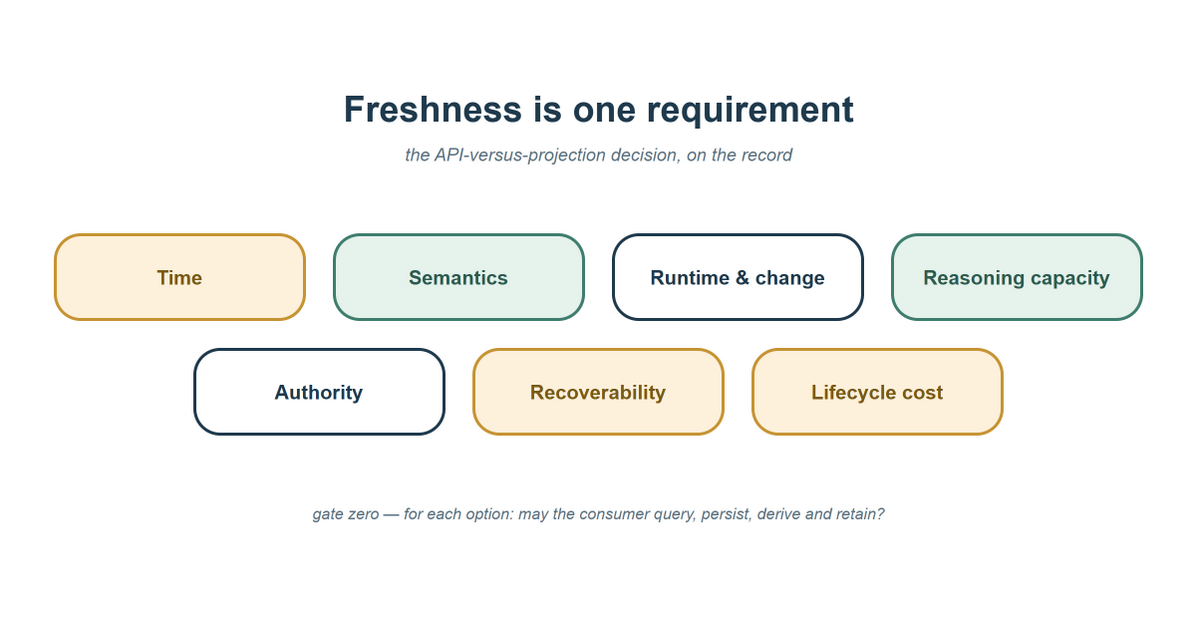
Above: content/posts/freshness-isnt-the-only-axis/social-card.drawio.png in AlexeyEvlampiev/alexeyevlampiev.github.io (draw.io), before the change. Source tidied: cells renumbered, new cells last; positions are measured from the earlier drawing's top-left corner, leaving out a move shared by most shapes.
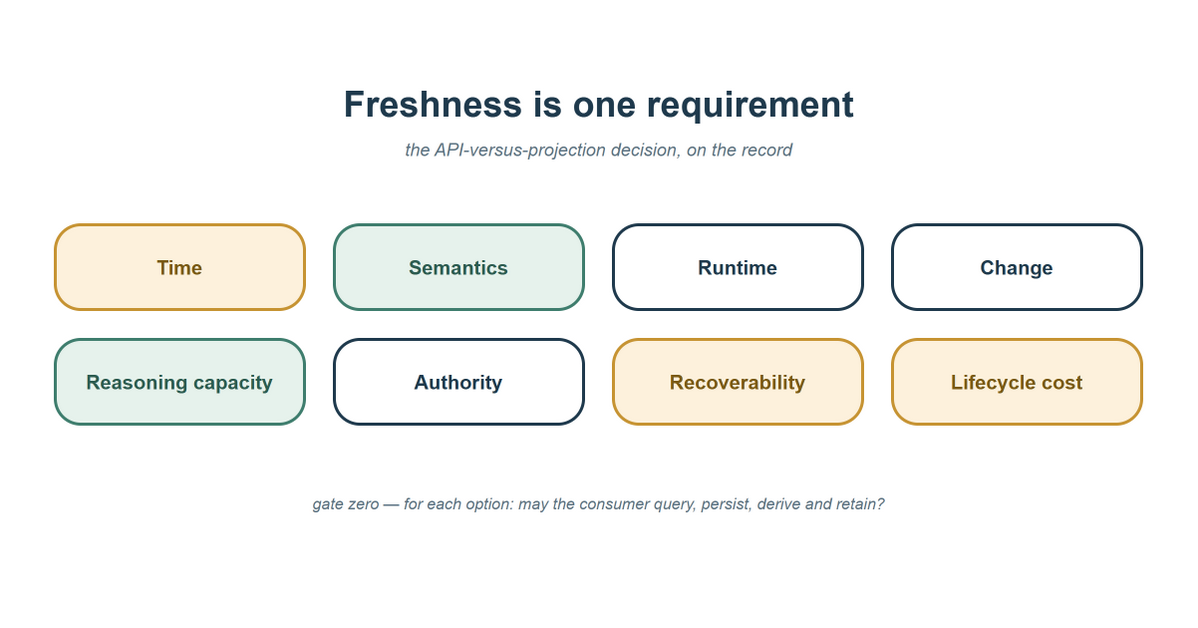
After the commit.

The edit, as a diff of the source:
```diff
@@ -6,34 +6,37 @@
       <mxGeometry width="1200" height="628" as="geometry" />
     </mxCell>
     <mxCell id="3" value="Freshness is one requirement" style="text;html=1;fontSize=36;fontStyle=1;fontColor=#1f3a4d;align=center;verticalAlign=middle;" parent="1" vertex="1">
-      <mxGeometry x="100" y="85" width="1000" height="48" as="geometry" />
+      <mxGeometry x="100" y="80" width="1000" height="48" as="geometry" />
     </mxCell>
     <mxCell id="4" value="the API-versus-projection decision, on the record" style="text;html=1;fontSize=18;fontStyle=2;fontColor=#5b7282;align=center;verticalAlign=middle;" parent="1" vertex="1">
-      <mxGeometry x="100" y="140" width="1000" height="30" as="geometry" />
+      <mxGeometry x="100" y="135" width="1000" height="30" as="geometry" />
     </mxCell>
     <mxCell id="5" value="&lt;font style=&quot;font-size:20px&quot;&gt;&lt;b&gt;Time&lt;/b&gt;&lt;/font&gt;" style="rounded=1;whiteSpace=wrap;html=1;fillColor=#fdf1dc;strokeColor=#c79433;strokeWidth=3;fontColor=#7a5a14;arcSize=30;" parent="1" vertex="1">
-      <mxGeometry x="55" y="235" width="250" height="85" as="geometry" />
+      <mxGeometry x="55" y="225" width="250" height="85" as="geometry" />
     </mxCell>
     <mxCell id="6" value="&lt;font style=&quot;font-size:20px&quot;&gt;&lt;b&gt;Semantics&lt;/b&gt;&lt;/font&gt;" style="rounded=1;whiteSpace=wrap;html=1;fillColor=#e6f2ec;strokeColor=#3f7e6e;strokeWidth=3;fontColor=#2c5c50;arcSize=30;" parent="1" vertex="1">
-      <mxGeometry x="335" y="235" width="250" height="85" as="geometry" />
+      <mxGeometry x="335" y="225" width="250" height="85" as="geometry" />
     </mxCell>
-    <mxCell id="7" value="&lt;font style=&quot;font-size:20px&quot;&gt;&lt;b&gt;Runtime &amp;amp; change&lt;/b&gt;&lt;/font&gt;" style="rounded=1;whiteSpace=wrap;html=1;fillColor=#ffffff;strokeColor=#1f3a4d;strokeWidth=3;fontColor=#1f3a4d;arcSize=30;" parent="1" vertex="1">
-      <mxGeometry x="615" y="235" width="250" height="85" as="geometry" />
+    <mxCell id="7" value="&lt;font style=&quot;font-size:20px&quot;&gt;&lt;b&gt;Runtime&lt;/b&gt;&lt;/font&gt;" style="rounded=1;whiteSpace=wrap;html=1;fillColor=#ffffff;strokeColor=#1f3a4d;strokeWidth=3;fontColor=#1f3a4d;arcSize=30;" parent="1" vertex="1">
+      <mxGeometry x="615" y="225" width="250" height="85" as="geometry" />
     </mxCell>
-    <mxCell id="8" value="&lt;font style=&quot;font-size:20px&quot;&gt;&lt;b&gt;Reasoning capacity&lt;/b&gt;&lt;/font&gt;" style="rounded=1;whiteSpace=wrap;html=1;fillColor=#e6f2ec;strokeColor=#3f7e6e;strokeWidth=3;fontColor=#2c5c50;arcSize=30;" parent="1" vertex="1">
-      <mxGeometry x="895" y="235" width="250" height="85" as="geometry" />
+    <mxCell id="8" value="&lt;font style=&quot;font-size:20px&quot;&gt;&lt;b&gt;Change&lt;/b&gt;&lt;/font&gt;" style="rounded=1;whiteSpace=wrap;html=1;fillColor=#ffffff;strokeColor=#1f3a4d;strokeWidth=3;fontColor=#1f3a4d;arcSize=30;" parent="1" vertex="1">
+      <mxGeometry x="895" y="225" width="250" height="85" as="geometry" />
     </mxCell>
-    <mxCell id="9" value="&lt;font style=&quot;font-size:20px&quot;&gt;&lt;b&gt;Authority&lt;/b&gt;&lt;/font&gt;" style="rounded=1;whiteSpace=wrap;html=1;fillColor=#ffffff;strokeColor=#1f3a4d;strokeWidth=3;fontColor=#1f3a4d;arcSize=30;" parent="1" vertex="1">
-      <mxGeometry x="195" y="350" width="250" height="85" as="geometry" />
+    <mxCell id="9" value="&lt;font style=&quot;font-size:20px&quot;&gt;&lt;b&gt;Reasoning capacity&lt;/b&gt;&lt;/font&gt;" style="rounded=1;whiteSpace=wrap;html=1;fillColor=#e6f2ec;strokeColor=#3f7e6e;strokeWidth=3;fontColor=#2c5c50;arcSize=30;" parent="1" vertex="1">
+      <mxGeometry x="55" y="340" width="250" height="85" as="geometry" />
     </mxCell>
-    <mxCell id="10" value="&lt;font style=&quot;font-size:20px&quot;&gt;&lt;b&gt;Recoverability&lt;/b&gt;&lt;/font&gt;" style="rounded=1;whiteSpace=wrap;html=1;fillColor=#fdf1dc;strokeColor=#c79433;strokeWidth=3;fontColor=#7a5a14;arcSize=30;" parent="1" vertex="1">
-      <mxGeometry x="475" y="350" width="250" height="85" as="geometry" />
+    <mxCell id="10" value="&lt;font style=&quot;font-size:20px&quot;&gt;&lt;b&gt;Authority&lt;/b&gt;&lt;/font&gt;" style="rounded=1;whiteSpace=wrap;html=1;fillColor=#ffffff;strokeColor=#1f3a4d;strokeWidth=3;fontColor=#1f3a4d;arcSize=30;" parent="1" vertex="1">
+      <mxGeometry x="335" y="340" width="250" height="85" as="geometry" />
     </mxCell>
-    <mxCell id="11" value="&lt;font style=&quot;font-size:20px&quot;&gt;&lt;b&gt;Lifecycle cost&lt;/b&gt;&lt;/font&gt;" style="rounded=1;whiteSpace=wrap;html=1;fillColor=#fdf1dc;strokeColor=#c79433;strokeWidth=3;fontColor=#7a5a14;arcSize=30;" parent="1" vertex="1">
-      <mxGeometry x="755" y="350" width="250" height="85" as="geometry" />
+    <mxCell id="11" value="&lt;font style=&quot;font-size:20px&quot;&gt;&lt;b&gt;Recoverability&lt;/b&gt;&lt;/font&gt;" style="rounded=1;whiteSpace=wrap;html=1;fillColor=#fdf1dc;strokeColor=#c79433;strokeWidth=3;fontColor=#7a5a14;arcSize=30;" parent="1" vertex="1">
+      <mxGeometry x="615" y="340" width="250" height="85" as="geometry" />
     </mxCell>
+    <mxCell id="13" value="&lt;font style=&quot;font-size:20px&quot;&gt;&lt;b&gt;Lifecycle cost&lt;/b&gt;&lt;/font&gt;" style="rounded=1;whiteSpace=wrap;html=1;fillColor=#fdf1dc;strokeColor=#c79433;strokeWidth=3;fontColor=#7a5a14;arcSize=30;" parent="1" vertex="1">
+      <mxGeometry x="895" y="340" width="250" height="85" as="geometry" />
+    </mxCell>
     <mxCell id="12" value="&lt;font style=&quot;font-size:16px&quot;&gt;&lt;i&gt;gate zero &amp;#8212; for each option: may the consumer query, persist, derive and retain?&lt;/i&gt;&lt;/font&gt;" style="text;html=1;fontColor=#5b7282;align=center;verticalAlign=middle;" parent="1" vertex="1">
-      <mxGeometry x="100" y="500" width="1000" height="30" as="geometry" />
+      <mxGeometry x="100" y="490" width="1000" height="30" as="geometry" />
     </mxCell>
   </root>
 </mxGraphModel>
```
